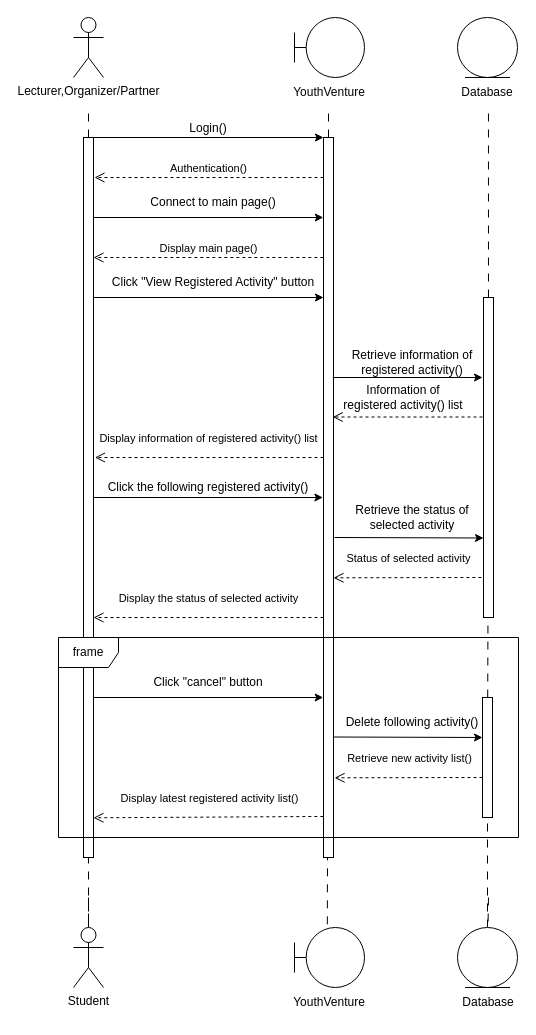
The draw.io diagram sequence_diagram/UC019 seq diagram.drawio in wei2030/year2_project, before the edit. Source tidied: cells renumbered, new cells numbered last; positions are measured from the earlier drawing's top-left corner, leaving out a move shared by most shapes. Both pictures are drawn from the tidied source at 100%, with x=0, y=0 at pixel (58, 17).
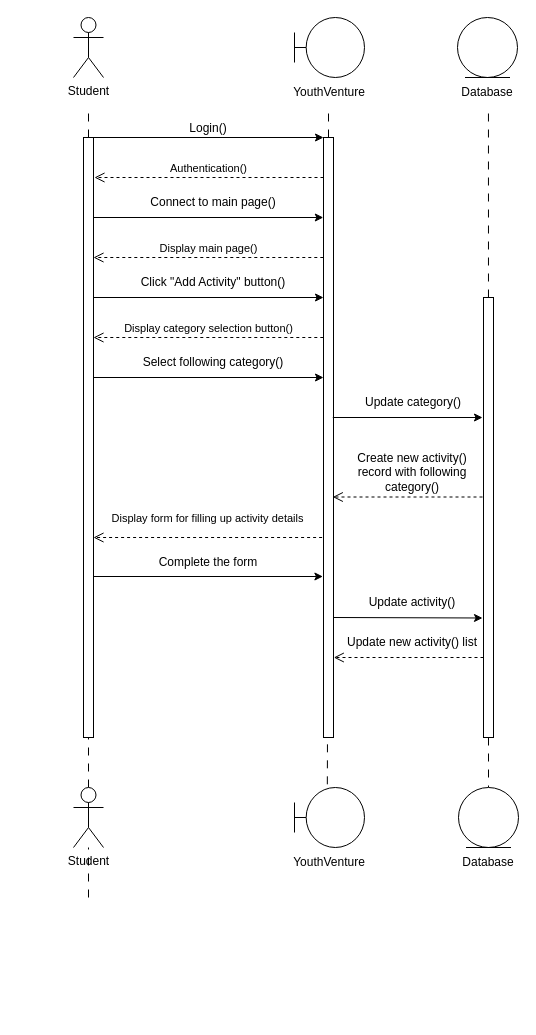
The same page after the edit.

The edit, as a diff of the source:
```diff
@@
-    <mxCell id="2" value="Lecturer,Organizer/Partner" style="shape=umlActor;verticalLabelPosition=bottom;verticalAlign=top;html=1;" parent="1" vertex="1">
+    <mxCell id="2" value="Student" style="shape=umlActor;verticalLabelPosition=bottom;verticalAlign=top;html=1;" parent="1" vertex="1">
       <mxGeometry x="15" width="30" height="60" as="geometry" />
     </mxCell>
@@
     <mxCell id="12" style="rounded=0;whiteSpace=wrap;html=1;" parent="1" vertex="1">
-      <mxGeometry x="25" y="120" width="10" height="720" as="geometry" />
+      <mxGeometry x="25" y="120" width="10" height="600" as="geometry" />
     </mxCell>
@@
     <mxCell id="14" style="rounded=0;whiteSpace=wrap;html=1;" parent="1" vertex="1">
-      <mxGeometry x="265" y="120" width="10" height="720" as="geometry" />
+      <mxGeometry x="265" y="120" width="10" height="600" as="geometry" />
     </mxCell>
@@
-    <mxCell id="22" value="Click &quot;View Registered Activity&quot; button" style="text;html=1;strokeColor=none;fillColor=none;align=center;verticalAlign=middle;whiteSpace=wrap;rounded=0;" parent="1" vertex="1">
+    <mxCell id="22" value="Click &quot;Add Activity&quot; button()" style="text;html=1;strokeColor=none;fillColor=none;align=center;verticalAlign=middle;whiteSpace=wrap;rounded=0;" parent="1" vertex="1">
       <mxGeometry x="45" y="250" width="220" height="30" as="geometry" />
     </mxCell>
-    <mxCell id="23" style="endArrow=none;dashed=1;html=1;rounded=0;strokeWidth=1;dashPattern=8 8;" parent="1" edge="1" source="32" target="24">
-      <mxGeometry relative="1" as="geometry" />
-    </mxCell>
     <mxCell id="24" style="rounded=0;whiteSpace=wrap;html=1;" parent="1" vertex="1">
-      <mxGeometry x="425" y="280" width="10" height="320" as="geometry" />
+      <mxGeometry x="425" y="280" width="10" height="440" as="geometry" />
     </mxCell>
     <mxCell id="25" style="endArrow=classic;html=1;rounded=0;entryX=0;entryY=0;entryDx=0;entryDy=0;exitX=1.034;exitY=0.274;exitDx=0;exitDy=0;exitPerimeter=0;" parent="1" edge="1">
       <mxGeometry relative="1" as="geometry">
-        <mxPoint x="274.3" y="360" as="sourcePoint" />
-        <mxPoint x="424" y="360" as="targetPoint" />
+        <mxPoint x="274.3" y="400" as="sourcePoint" />
+        <mxPoint x="424" y="400" as="targetPoint" />
       </mxGeometry>
     </mxCell>
-    <mxCell id="26" value="Retrieve information of registered activity()" style="text;html=1;strokeColor=none;fillColor=none;align=center;verticalAlign=middle;whiteSpace=wrap;rounded=0;" parent="1" vertex="1">
-      <mxGeometry x="284" y="330" width="140" height="30" as="geometry" />
+    <mxCell id="26" value="Update category()" style="text;html=1;strokeColor=none;fillColor=none;align=center;verticalAlign=middle;whiteSpace=wrap;rounded=0;" parent="1" vertex="1">
+      <mxGeometry x="285" y="370" width="140" height="30" as="geometry" />
     </mxCell>
     <mxCell id="27" style="html=1;verticalAlign=bottom;endArrow=open;dashed=1;endSize=8;curved=0;rounded=0;exitX=0;exitY=1;exitDx=0;exitDy=0;entryX=1.028;entryY=0.548;entryDx=0;entryDy=0;entryPerimeter=0;" parent="1" edge="1">
       <mxGeometry x="-0.01" y="-10" relative="1" as="geometry">
-        <mxPoint x="424" y="399.5" as="sourcePoint" />
-        <mxPoint x="274.3" y="399.5" as="targetPoint" />
+        <mxPoint x="424" y="479.5" as="sourcePoint" />
+        <mxPoint x="274.3" y="479.5" as="targetPoint" />
       </mxGeometry>
     </mxCell>
-    <mxCell id="28" value="Display information of registered activity() list" style="html=1;verticalAlign=bottom;endArrow=open;dashed=1;endSize=8;curved=0;rounded=0;entryX=1.124;entryY=0.603;entryDx=0;entryDy=0;entryPerimeter=0;exitX=-0.018;exitY=0.603;exitDx=0;exitDy=0;exitPerimeter=0;" parent="1" edge="1">
+    <mxCell id="28" value="Display form for filling up activity details" style="html=1;verticalAlign=bottom;endArrow=open;dashed=1;endSize=8;curved=0;rounded=0;entryX=1.124;entryY=0.603;entryDx=0;entryDy=0;entryPerimeter=0;exitX=-0.018;exitY=0.603;exitDx=0;exitDy=0;exitPerimeter=0;" parent="1" edge="1">
       <mxGeometry x="0.01" y="-10" relative="1" as="geometry">
-        <mxPoint x="265" y="440" as="sourcePoint" />
-        <mxPoint x="36.4" y="440" as="targetPoint" />
+        <mxPoint x="263.6" y="520" as="sourcePoint" />
+        <mxPoint x="35" y="520" as="targetPoint" />
       </mxGeometry>
     </mxCell>
-    <mxCell id="29" value="Status of selected activity" style="html=1;verticalAlign=bottom;endArrow=open;dashed=1;endSize=8;curved=0;rounded=0;exitX=0;exitY=0.25;exitDx=0;exitDy=0;entryX=1.107;entryY=0.795;entryDx=0;entryDy=0;entryPerimeter=0;" parent="1" edge="1">
-      <mxGeometry x="-0.01" y="-10" relative="1" as="geometry">
-        <mxPoint x="422.9" y="560" as="sourcePoint" />
-        <mxPoint x="275" y="560.3" as="targetPoint" />
-      </mxGeometry>
-    </mxCell>
-    <mxCell id="30" value="Display the status of selected activity" style="html=1;verticalAlign=bottom;endArrow=open;dashed=1;endSize=8;curved=0;rounded=0;exitX=0;exitY=1;exitDx=0;exitDy=0;entryX=1;entryY=1;entryDx=0;entryDy=0;" parent="1" edge="1">
-      <mxGeometry y="-10" relative="1" as="geometry">
-        <mxPoint x="265" y="600" as="sourcePoint" />
-        <mxPoint x="35" y="600" as="targetPoint" />
-      </mxGeometry>
-    </mxCell>
-    <mxCell id="31" style="endArrow=none;dashed=1;html=1;rounded=0;strokeWidth=1;dashPattern=8 8;" parent="1" edge="1" source="40" target="32">
-      <mxGeometry relative="1" as="geometry" />
+    <mxCell id="31" style="endArrow=none;dashed=1;html=1;rounded=0;strokeWidth=1;dashPattern=8 8;" parent="1" edge="1" source="40">
+      <mxGeometry relative="1" as="geometry">
+        <mxPoint x="429" y="800" as="targetPoint" />
+      </mxGeometry>
     </mxCell>
-    <mxCell id="32" style="rounded=0;whiteSpace=wrap;html=1;" parent="1" vertex="1">
-      <mxGeometry x="424" y="680" width="10" height="120" as="geometry" />
-    </mxCell>
     <mxCell id="33" style="group;" parent="1" vertex="1">
-      <mxGeometry x="236" y="910" width="70" height="90" as="geometry" />
+      <mxGeometry x="236" y="770" width="70" height="90" as="geometry" />
     </mxCell>
@@
     <mxCell id="36" value="Database" style="text;html=1;strokeColor=none;fillColor=none;align=center;verticalAlign=middle;whiteSpace=wrap;rounded=0;" parent="1" vertex="1">
-      <mxGeometry x="400" y="970" width="60" height="30" as="geometry" />
+      <mxGeometry x="400" y="830" width="60" height="30" as="geometry" />
     </mxCell>
@@
     <mxCell id="38" value="Student" style="shape=umlActor;verticalLabelPosition=bottom;verticalAlign=top;html=1;" parent="1" vertex="1">
-      <mxGeometry x="15" y="910" width="30" height="60" as="geometry" />
+      <mxGeometry x="15" y="770" width="30" height="60" as="geometry" />
     </mxCell>
     <mxCell id="39" style="endArrow=none;dashed=1;html=1;rounded=0;strokeWidth=1;dashPattern=8 8;" parent="1" edge="1" target="40">
       <mxGeometry relative="1" as="geometry">
-        <mxPoint x="430" y="880" as="sourcePoint" />
+        <mxPoint x="430" y="720" as="sourcePoint" />
       </mxGeometry>
     </mxCell>
     <mxCell id="40" style="ellipse;shape=umlEntity;whiteSpace=wrap;html=1;" parent="1" vertex="1">
-      <mxGeometry x="399" y="910" width="60" height="60" as="geometry" />
+      <mxGeometry x="400" y="770" width="60" height="60" as="geometry" />
     </mxCell>
-    <mxCell id="41" value="Information of registered activity() list" style="text;html=1;strokeColor=none;fillColor=none;align=center;verticalAlign=middle;whiteSpace=wrap;rounded=0;" parent="1" vertex="1">
-      <mxGeometry x="280" y="365" width="130" height="30" as="geometry" />
+    <mxCell id="41" value="Create new activity() record with following category()" style="text;html=1;strokeColor=none;fillColor=none;align=center;verticalAlign=middle;whiteSpace=wrap;rounded=0;" parent="1" vertex="1">
+      <mxGeometry x="284" y="440" width="140" height="30" as="geometry" />
     </mxCell>
-    <mxCell id="42" value="Click the following registered activity()" style="text;html=1;strokeColor=none;fillColor=none;align=center;verticalAlign=middle;whiteSpace=wrap;rounded=0;" parent="1" vertex="1">
-      <mxGeometry x="40" y="455" width="220" height="30" as="geometry" />
+    <mxCell id="42" value="Complete the form" style="text;html=1;strokeColor=none;fillColor=none;align=center;verticalAlign=middle;whiteSpace=wrap;rounded=0;" parent="1" vertex="1">
+      <mxGeometry x="40" y="530" width="220" height="30" as="geometry" />
     </mxCell>
     <mxCell id="43" style="endArrow=classic;html=1;rounded=0;exitX=1.02;exitY=0.712;exitDx=0;exitDy=0;exitPerimeter=0;entryX=-0.04;entryY=0.712;entryDx=0;entryDy=0;entryPerimeter=0;" parent="1" edge="1">
       <mxGeometry relative="1" as="geometry">
-        <mxPoint x="35" y="480" as="sourcePoint" />
-        <mxPoint x="264.4" y="480" as="targetPoint" />
+        <mxPoint x="35" y="559" as="sourcePoint" />
+        <mxPoint x="264.4" y="559" as="targetPoint" />
       </mxGeometry>
     </mxCell>
-    <mxCell id="44" value="Retrieve the status of selected activity" style="text;html=1;strokeColor=none;fillColor=none;align=center;verticalAlign=middle;whiteSpace=wrap;rounded=0;" parent="1" vertex="1">
-      <mxGeometry x="284" y="485" width="140" height="30" as="geometry" />
+    <mxCell id="44" value="Update activity()" style="text;html=1;strokeColor=none;fillColor=none;align=center;verticalAlign=middle;whiteSpace=wrap;rounded=0;" parent="1" vertex="1">
+      <mxGeometry x="284" y="570" width="140" height="30" as="geometry" />
     </mxCell>
     <mxCell id="45" style="endArrow=classic;html=1;rounded=0;entryX=0;entryY=0;entryDx=0;entryDy=0;exitX=1;exitY=0.739;exitDx=0;exitDy=0;exitPerimeter=0;" parent="1" edge="1">
       <mxGeometry relative="1" as="geometry">
-        <mxPoint x="276" y="520" as="sourcePoint" />
-        <mxPoint x="425" y="520.5" as="targetPoint" />
+        <mxPoint x="275" y="600" as="sourcePoint" />
+        <mxPoint x="424" y="600.5" as="targetPoint" />
       </mxGeometry>
     </mxCell>
-    <mxCell id="46" value="frame" style="shape=umlFrame;whiteSpace=wrap;html=1;" parent="1" vertex="1">
-      <mxGeometry y="620" width="460" height="200" as="geometry" />
-    </mxCell>
-    <mxCell id="47" value="Click &quot;cancel&quot; button" style="text;html=1;strokeColor=none;fillColor=none;align=center;verticalAlign=middle;whiteSpace=wrap;rounded=0;" parent="1" vertex="1">
-      <mxGeometry x="40" y="650" width="220" height="30" as="geometry" />
-    </mxCell>
-    <mxCell id="48" style="endArrow=classic;html=1;rounded=0;exitX=0.997;exitY=0.219;exitDx=0;exitDy=0;entryX=-0.029;entryY=0.219;entryDx=0;entryDy=0;exitPerimeter=0;entryPerimeter=0;" parent="1" edge="1">
-      <mxGeometry relative="1" as="geometry">
-        <mxPoint x="35" y="680" as="sourcePoint" />
-        <mxPoint x="264.7" y="680" as="targetPoint" />
-      </mxGeometry>
-    </mxCell>
-    <mxCell id="49" value="Delete following activity()" style="text;html=1;strokeColor=none;fillColor=none;align=center;verticalAlign=middle;whiteSpace=wrap;rounded=0;" parent="1" vertex="1">
-      <mxGeometry x="284" y="690" width="140" height="30" as="geometry" />
-    </mxCell>
-    <mxCell id="50" style="endArrow=classic;html=1;rounded=0;entryX=0;entryY=0;entryDx=0;entryDy=0;exitX=1;exitY=0.739;exitDx=0;exitDy=0;exitPerimeter=0;" parent="1" edge="1">
-      <mxGeometry relative="1" as="geometry">
-        <mxPoint x="275" y="719.5" as="sourcePoint" />
-        <mxPoint x="424" y="720" as="targetPoint" />
-      </mxGeometry>
-    </mxCell>
-    <mxCell id="51" value="Retrieve new activity list()" style="html=1;verticalAlign=bottom;endArrow=open;dashed=1;endSize=8;curved=0;rounded=0;exitX=0;exitY=0.25;exitDx=0;exitDy=0;entryX=1.107;entryY=0.795;entryDx=0;entryDy=0;entryPerimeter=0;" parent="1" edge="1">
-      <mxGeometry x="-0.01" y="-10" relative="1" as="geometry">
-        <mxPoint x="424" y="760" as="sourcePoint" />
-        <mxPoint x="276.1" y="760.3" as="targetPoint" />
-      </mxGeometry>
-    </mxCell>
-    <mxCell id="52" value="Display latest registered activity list()" style="html=1;verticalAlign=bottom;endArrow=open;dashed=1;endSize=8;curved=0;rounded=0;entryX=1.107;entryY=0.795;entryDx=0;entryDy=0;entryPerimeter=0;exitX=-0.02;exitY=0.943;exitDx=0;exitDy=0;exitPerimeter=0;" parent="1" edge="1" source="14">
-      <mxGeometry x="-0.01" y="-10" relative="1" as="geometry">
-        <mxPoint x="35" y="800.3" as="targetPoint" />
-      </mxGeometry>
-    </mxCell>
+    <mxCell id="53" value="Display category selection button()" style="html=1;verticalAlign=bottom;endArrow=open;dashed=1;endSize=8;curved=0;rounded=0;entryX=1.004;entryY=0.164;entryDx=0;entryDy=0;entryPerimeter=0;exitX=-0.019;exitY=0.164;exitDx=0;exitDy=0;exitPerimeter=0;" parent="1" edge="1">
+      <mxGeometry relative="1" as="geometry">
+        <mxPoint x="264.8" y="320" as="sourcePoint" />
+        <mxPoint x="35" y="320" as="targetPoint" />
+      </mxGeometry>
+    </mxCell>
+    <mxCell id="54" style="endArrow=classic;html=1;rounded=0;exitX=1.019;exitY=0.109;exitDx=0;exitDy=0;exitPerimeter=0;entryX=-0.019;entryY=0.109;entryDx=0;entryDy=0;entryPerimeter=0;" parent="1" edge="1">
+      <mxGeometry relative="1" as="geometry">
+        <mxPoint x="35.4" y="360" as="sourcePoint" />
+        <mxPoint x="265" y="360" as="targetPoint" />
+      </mxGeometry>
+    </mxCell>
+    <mxCell id="55" value="Select following category()" style="text;html=1;strokeColor=none;fillColor=none;align=center;verticalAlign=middle;whiteSpace=wrap;rounded=0;" parent="1" vertex="1">
+      <mxGeometry x="45" y="330" width="220" height="30" as="geometry" />
+    </mxCell>
+    <mxCell id="56" style="html=1;verticalAlign=bottom;endArrow=open;dashed=1;endSize=8;curved=0;rounded=0;exitX=0;exitY=1;exitDx=0;exitDy=0;entryX=1.028;entryY=0.548;entryDx=0;entryDy=0;entryPerimeter=0;" parent="1" edge="1">
+      <mxGeometry x="-0.01" y="-10" relative="1" as="geometry">
+        <mxPoint x="425" y="640" as="sourcePoint" />
+        <mxPoint x="275.3" y="640" as="targetPoint" />
+      </mxGeometry>
+    </mxCell>
+    <mxCell id="57" value="Update new activity() list" style="text;html=1;strokeColor=none;fillColor=none;align=center;verticalAlign=middle;whiteSpace=wrap;rounded=0;" parent="1" vertex="1">
+      <mxGeometry x="284" y="610" width="140" height="30" as="geometry" />
+    </mxCell>
```
